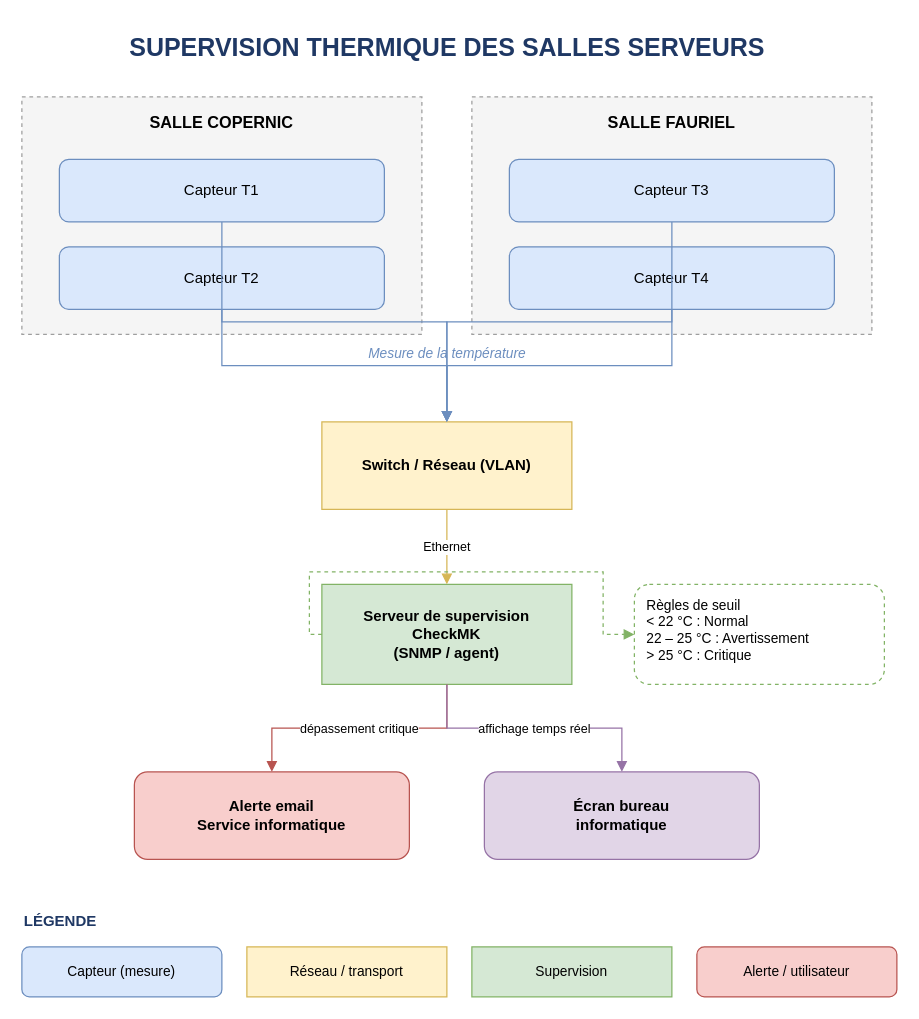
Before: Synoptique.drawio in Traivox/supervision-thermique-bts, a draw.io diagram. Source tidied: cells renumbered, new cells numbered last; positions are measured from the earlier drawing's top-left corner, leaving out a move shared by most shapes. Both pictures are drawn from the tidied source at 125%, with x=0, y=0 at pixel (21, 21).
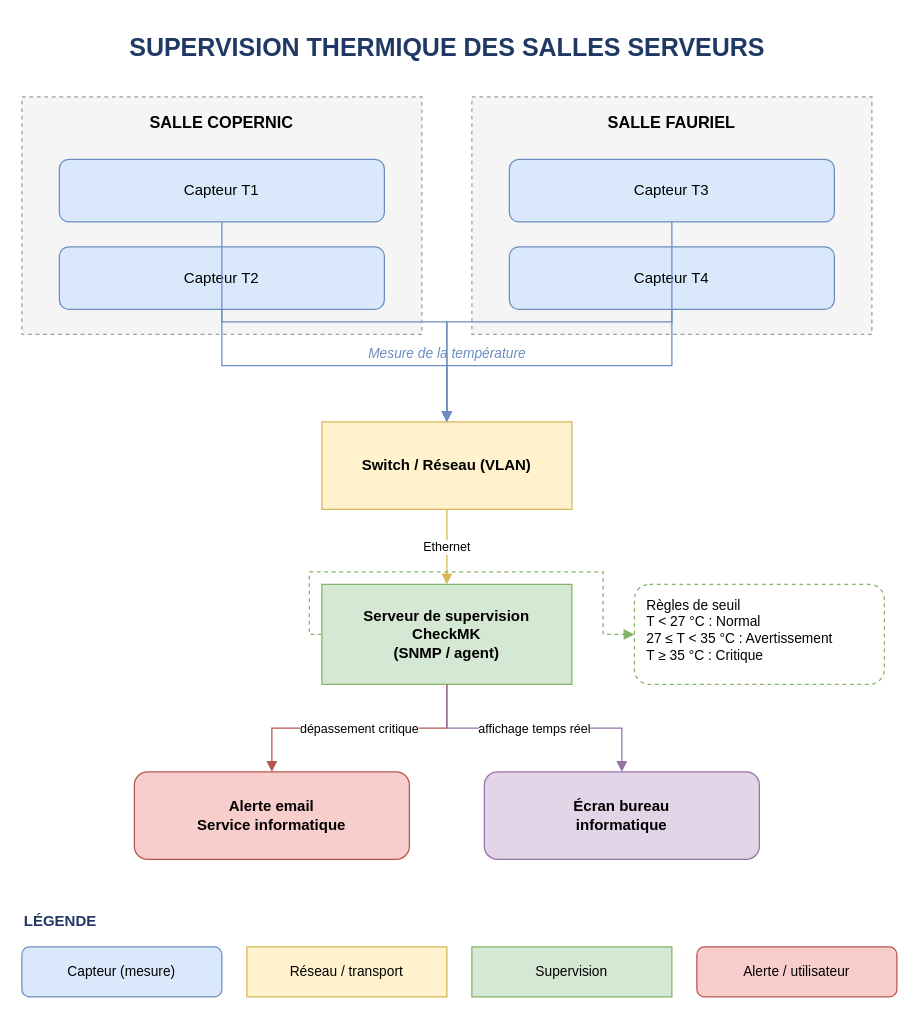
Above is the later version.

Commit message (it also covers changes not shown here):
Harmonise les seuils de temperature entre le cahier des charges et le synoptique

borne legerement (< 27 au lieu de < 27) et supprime le trou d'un degre
 entre avertissement et critique en passant a 27 <= T < 35 puis T >= 35

Diff of the diagram source:
```diff
@@
-    <mxCell id="12" value="Règles de seuil&#10;&lt; 22 °C : Normal&#10;22 – 25 °C : Avertissement&#10;&gt; 25 °C : Critique" style="rounded=1;whiteSpace=wrap;html=1;fillColor=#FFFFFF;strokeColor=#82B366;dashed=1;fontSize=11;align=left;spacingLeft=8;verticalAlign=top;spacingTop=4;" parent="1" vertex="1">
+    <mxCell id="12" value="Règles de seuil&#10;T &lt; 27 °C : Normal&#10;27 ≤ T &lt; 35 °C : Avertissement&#10;T ≥ 35 °C : Critique" style="rounded=1;whiteSpace=wrap;html=1;fillColor=#FFFFFF;strokeColor=#82B366;dashed=1;fontSize=11;align=left;spacingLeft=8;verticalAlign=top;spacingTop=4;" parent="1" vertex="1">
       <mxGeometry x="490" y="450" width="200" height="80" as="geometry" />
     </mxCell>
```
